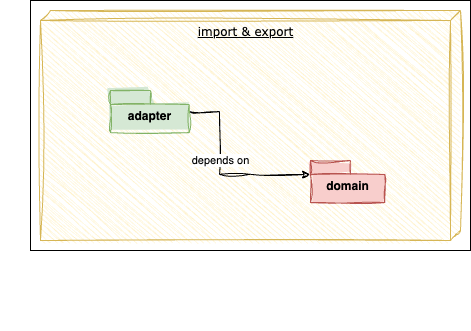
Earlier version of the draw.io export docs/assets/static-level-3.drawio.png (tinohertlein/timesheet-wizard). Source tidied: cells renumbered, new cells last; positions are measured from the earlier drawing's top-left corner, leaving out a move shared by most shapes.
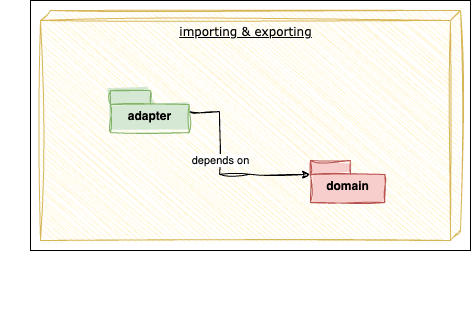
After the commit.

Diff of the diagram source:
```diff
@@ -8,7 +8,7 @@
     <mxCell id="3" style="group;align=center;verticalAlign=bottom;" parent="1" vertex="1">
       <mxGeometry y="10" width="460" height="320" as="geometry" />
     </mxCell>
-    <mxCell id="4" value="import &amp;amp; export" style="verticalAlign=top;align=center;spacingTop=8;spacingLeft=2;spacingRight=12;shape=cube;size=10;direction=south;fontStyle=4;html=1;rounded=0;shadow=0;comic=0;labelBackgroundColor=none;strokeWidth=1;fontFamily=Verdana;fontSize=12;sketch=1;curveFitting=1;jiggle=2;fillColor=#fff2cc;strokeColor=#d6b656;fillStyle=auto;" parent="3" vertex="1">
+    <mxCell id="4" value="importing &amp;amp; exporting" style="verticalAlign=top;align=center;spacingTop=8;spacingLeft=2;spacingRight=12;shape=cube;size=10;direction=south;fontStyle=4;html=1;rounded=0;shadow=0;comic=0;labelBackgroundColor=none;strokeWidth=1;fontFamily=Verdana;fontSize=12;sketch=1;curveFitting=1;jiggle=2;fillColor=#fff2cc;strokeColor=#d6b656;fillStyle=auto;" parent="3" vertex="1">
       <mxGeometry x="40" width="420" height="230" as="geometry" />
     </mxCell>
     <mxCell id="5" style="edgeStyle=orthogonalEdgeStyle;rounded=0;jettySize=auto;html=1;entryX=0;entryY=0;entryDx=0;entryDy=14;entryPerimeter=0;sketch=1;curveFitting=1;jiggle=2;" parent="3" edge="1" source="7" target="8">
```
